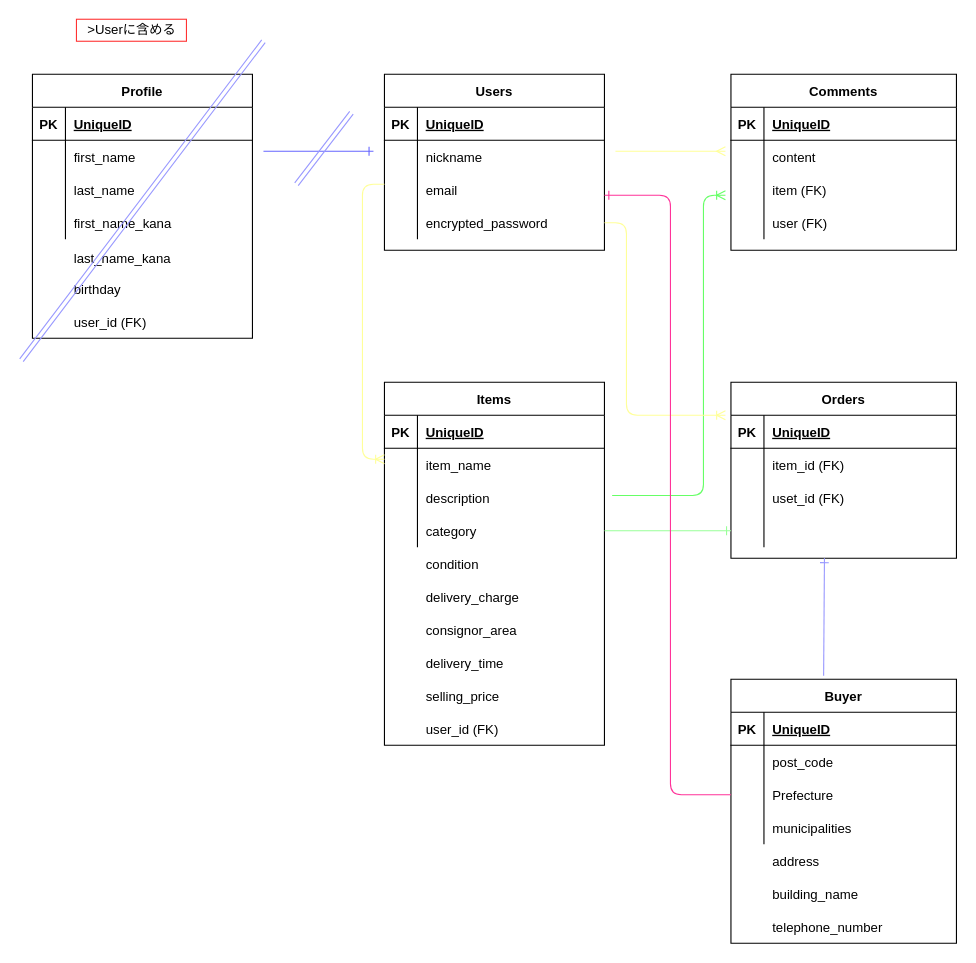
Above: furima.dio in RyOsUkE0730/furima-37443 (draw.io), before the change. Source tidied: cells renumbered, new cells numbered last; positions are measured from the earlier drawing's top-left corner, leaving out a move shared by most shapes. Both pictures are drawn from the tidied source at 110%, with x=0, y=0 at pixel (21, 19).
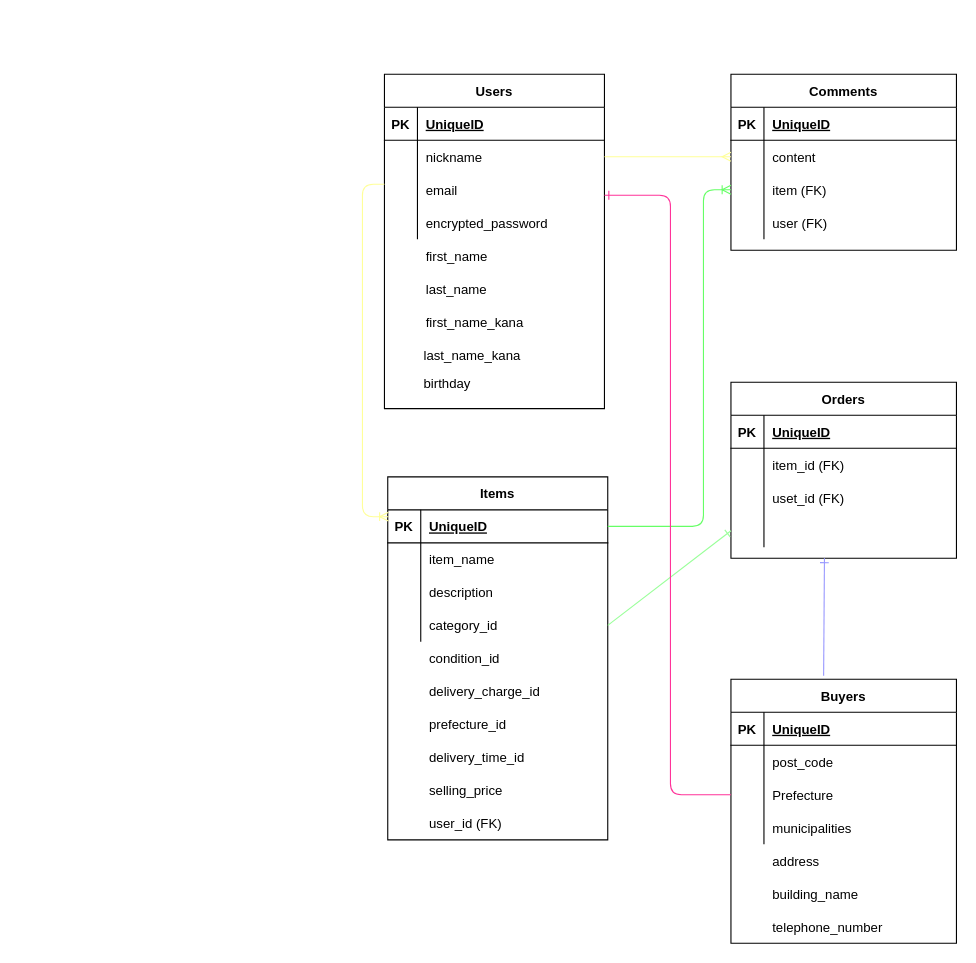
After the change.

Commit message (it also covers changes not shown here):
ER図の作成及びデータベース設計 -ver2

・テーブル名の修正（複数形）
・active_hash使用にあたり、カラム名の変更
・カラム名の変更（スペル）

Unchanged cells that the change refers to:
```xml
<mxCell id="6" style="shape=partialRectangle;fillColor=none;top=0;left=0;bottom=0;right=0;points=[[0,0.5],[1,0.5]];portConstraint=eastwest;" parent="2" vertex="1">
  <mxGeometry y="60" width="200" height="30" as="geometry" />
</mxCell>
<mxCell id="12" style="shape=partialRectangle;fillColor=none;top=0;left=0;bottom=0;right=0;points=[[0,0.5],[1,0.5]];portConstraint=eastwest;" parent="2" vertex="1">
  <mxGeometry y="120" width="200" height="30" as="geometry" />
</mxCell>
<mxCell id="32" style="shape=partialRectangle;fillColor=none;top=0;left=0;bottom=1;right=0;points=[[0,0.5],[1,0.5]];portConstraint=eastwest;shadow=0;" parent="31" vertex="1">
  <mxGeometry y="30" width="200" height="30" as="geometry" />
</mxCell>
<mxCell id="41" style="shape=partialRectangle;fillColor=none;top=0;left=0;bottom=0;right=0;points=[[0,0.5],[1,0.5]];portConstraint=eastwest;shadow=0;" parent="31" vertex="1">
  <mxGeometry y="120" width="200" height="30" as="geometry" />
</mxCell>
<mxCell id="54" style="shape=partialRectangle;fillColor=none;top=0;left=0;bottom=0;right=0;points=[[0,0.5],[1,0.5]];portConstraint=eastwest;shadow=0;" parent="50" vertex="1">
  <mxGeometry y="60" width="205" height="30" as="geometry" />
</mxCell>
<mxCell id="57" style="shape=partialRectangle;fillColor=none;top=0;left=0;bottom=0;right=0;points=[[0,0.5],[1,0.5]];portConstraint=eastwest;shadow=0;" parent="50" vertex="1">
  <mxGeometry y="90" width="205" height="30" as="geometry" />
</mxCell>
```

Diff of the diagram source:
```diff
@@
     <mxCell id="2" value="Users" style="shape=table;startSize=30;childLayout=tableLayout;rowLines=0;fontStyle=1;align=center;shadow=0;" parent="1" vertex="1">
-      <mxGeometry x="330" y="50" width="200" height="160" as="geometry" />
+      <mxGeometry x="330" y="50" width="200" height="304" as="geometry" />
     </mxCell>
@@
-    <mxCell id="15" value="Profile" style="shape=table;startSize=30;childLayout=tableLayout;rowLines=0;fontStyle=1;align=center;shadow=0;" parent="1" vertex="1">
-      <mxGeometry x="10" y="50" width="200" height="240" as="geometry" />
-    </mxCell>
-    <mxCell id="16" style="shape=partialRectangle;fillColor=none;top=0;left=0;bottom=1;right=0;shadow=0;" parent="15" vertex="1">
-      <mxGeometry y="30" width="200" height="30" as="geometry" />
-    </mxCell>
-    <mxCell id="17" value="PK" style="shape=partialRectangle;fillColor=none;top=0;left=0;bottom=0;right=0;fontStyle=1;overflow=hidden;shadow=0;" parent="16" vertex="1">
-      <mxGeometry width="30" height="30" as="geometry" />
-    </mxCell>
-    <mxCell id="18" value="UniqueID" style="shape=partialRectangle;fillColor=none;top=0;left=0;bottom=0;right=0;align=left;spacingLeft=6;fontStyle=5;overflow=hidden;shadow=0;" parent="16" vertex="1">
-      <mxGeometry x="30" width="170" height="30" as="geometry" />
-    </mxCell>
-    <mxCell id="19" style="shape=partialRectangle;fillColor=none;top=0;left=0;bottom=0;right=0;shadow=0;" parent="15" vertex="1">
-      <mxGeometry y="60" width="200" height="30" as="geometry" />
-    </mxCell>
-    <mxCell id="20" style="shape=partialRectangle;fillColor=none;top=0;left=0;bottom=0;right=0;overflow=hidden;shadow=0;" parent="19" vertex="1">
-      <mxGeometry width="30" height="30" as="geometry" />
-    </mxCell>
-    <mxCell id="21" value="first_name" style="shape=partialRectangle;fillColor=none;top=0;left=0;bottom=0;right=0;align=left;spacingLeft=6;overflow=hidden;shadow=0;" parent="19" vertex="1">
-      <mxGeometry x="30" width="170" height="30" as="geometry" />
-    </mxCell>
-    <mxCell id="22" style="shape=partialRectangle;fillColor=none;top=0;left=0;bottom=0;right=0;shadow=0;" parent="15" vertex="1">
-      <mxGeometry y="90" width="200" height="30" as="geometry" />
-    </mxCell>
-    <mxCell id="23" style="shape=partialRectangle;fillColor=none;top=0;left=0;bottom=0;right=0;overflow=hidden;shadow=0;" parent="22" vertex="1">
-      <mxGeometry width="30" height="30" as="geometry" />
-    </mxCell>
-    <mxCell id="24" value="last_name" style="shape=partialRectangle;fillColor=none;top=0;left=0;bottom=0;right=0;align=left;spacingLeft=6;overflow=hidden;shadow=0;" parent="22" vertex="1">
-      <mxGeometry x="30" width="170" height="30" as="geometry" />
-    </mxCell>
-    <mxCell id="25" style="shape=partialRectangle;fillColor=none;top=0;left=0;bottom=0;right=0;shadow=0;" parent="15" vertex="1">
-      <mxGeometry y="120" width="200" height="30" as="geometry" />
-    </mxCell>
-    <mxCell id="26" style="shape=partialRectangle;fillColor=none;top=0;left=0;bottom=0;right=0;overflow=hidden;shadow=0;" parent="25" vertex="1">
-      <mxGeometry width="30" height="30" as="geometry" />
-    </mxCell>
-    <mxCell id="27" value="first_name_kana" style="shape=partialRectangle;fillColor=none;top=0;left=0;bottom=0;right=0;align=left;spacingLeft=6;overflow=hidden;shadow=0;" parent="25" vertex="1">
-      <mxGeometry x="30" width="170" height="30" as="geometry" />
-    </mxCell>
     <mxCell id="28" value="last_name_kana" style="shape=partialRectangle;fillColor=none;top=0;left=0;bottom=0;right=0;align=left;spacingLeft=6;overflow=hidden;shadow=0;" parent="1" vertex="1">
-      <mxGeometry x="40" y="202" width="150" height="30" as="geometry" />
+      <mxGeometry x="358" y="290" width="150" height="30" as="geometry" />
     </mxCell>
     <mxCell id="29" value="birthday" style="shape=partialRectangle;fillColor=none;top=0;left=0;bottom=0;right=0;align=left;spacingLeft=6;overflow=hidden;shadow=0;" parent="1" vertex="1">
-      <mxGeometry x="40" y="230" width="150" height="30" as="geometry" />
+      <mxGeometry x="358" y="316" width="150" height="30" as="geometry" />
     </mxCell>
-    <mxCell id="30" value="user_id (FK)" style="shape=partialRectangle;fillColor=none;top=0;left=0;bottom=0;right=0;align=left;spacingLeft=6;overflow=hidden;shadow=0;" parent="1" vertex="1">
-      <mxGeometry x="40" y="260" width="150" height="30" as="geometry" />
+    <mxCell id="30" style="shape=partialRectangle;fillColor=none;top=0;left=0;bottom=0;right=0;align=left;spacingLeft=6;overflow=hidden;shadow=0;" parent="1" vertex="1">
+      <mxGeometry x="40" y="260" width="150" height="5" as="geometry" />
     </mxCell>
     <mxCell id="31" value="Items" style="shape=table;startSize=30;childLayout=tableLayout;rowLines=0;fontStyle=1;align=center;shadow=0;" parent="1" vertex="1">
-      <mxGeometry x="330" y="330" width="200" height="330" as="geometry" />
+      <mxGeometry x="333" y="416" width="200" height="330" as="geometry" />
     </mxCell>
@@
-    <mxCell id="43" value="category" style="shape=partialRectangle;fillColor=none;top=0;left=0;bottom=0;right=0;align=left;spacingLeft=6;overflow=hidden;shadow=0;" parent="41" vertex="1">
+    <mxCell id="43" value="category_id" style="shape=partialRectangle;fillColor=none;top=0;left=0;bottom=0;right=0;align=left;spacingLeft=6;overflow=hidden;shadow=0;" parent="41" vertex="1">
       <mxGeometry x="30" width="170" height="30" as="geometry" />
     </mxCell>
-    <mxCell id="44" value="condition" style="shape=partialRectangle;fillColor=none;top=0;left=0;bottom=0;right=0;align=left;spacingLeft=6;overflow=hidden;shadow=0;" parent="1" vertex="1">
-      <mxGeometry x="360" y="480" width="150" height="30" as="geometry" />
+    <mxCell id="44" value="condition_id" style="shape=partialRectangle;fillColor=none;top=0;left=0;bottom=0;right=0;align=left;spacingLeft=6;overflow=hidden;shadow=0;" parent="1" vertex="1">
+      <mxGeometry x="363" y="566" width="150" height="30" as="geometry" />
     </mxCell>
-    <mxCell id="45" value="delivery_charge" style="shape=partialRectangle;fillColor=none;top=0;left=0;bottom=0;right=0;align=left;spacingLeft=6;overflow=hidden;shadow=0;" parent="1" vertex="1">
-      <mxGeometry x="360" y="510" width="150" height="30" as="geometry" />
+    <mxCell id="45" value="delivery_charge_id" style="shape=partialRectangle;fillColor=none;top=0;left=0;bottom=0;right=0;align=left;spacingLeft=6;overflow=hidden;shadow=0;" parent="1" vertex="1">
+      <mxGeometry x="363" y="596" width="150" height="30" as="geometry" />
     </mxCell>
-    <mxCell id="46" value="consignor_area" style="shape=partialRectangle;fillColor=none;top=0;left=0;bottom=0;right=0;align=left;spacingLeft=6;overflow=hidden;shadow=0;" parent="1" vertex="1">
-      <mxGeometry x="360" y="540" width="150" height="30" as="geometry" />
+    <mxCell id="46" value="prefecture_id" style="shape=partialRectangle;fillColor=none;top=0;left=0;bottom=0;right=0;align=left;spacingLeft=6;overflow=hidden;shadow=0;" parent="1" vertex="1">
+      <mxGeometry x="363" y="626" width="150" height="30" as="geometry" />
     </mxCell>
     <mxCell id="47" value="selling_price" style="shape=partialRectangle;fillColor=none;top=0;left=0;bottom=0;right=0;align=left;spacingLeft=6;overflow=hidden;shadow=0;" parent="1" vertex="1">
-      <mxGeometry x="360" y="600" width="150" height="30" as="geometry" />
+      <mxGeometry x="363" y="686" width="150" height="30" as="geometry" />
     </mxCell>
-    <mxCell id="48" value="delivery_time" style="shape=partialRectangle;fillColor=none;top=0;left=0;bottom=0;right=0;align=left;spacingLeft=6;overflow=hidden;shadow=0;" parent="1" vertex="1">
-      <mxGeometry x="360" y="570" width="150" height="30" as="geometry" />
+    <mxCell id="48" value="delivery_time_id" style="shape=partialRectangle;fillColor=none;top=0;left=0;bottom=0;right=0;align=left;spacingLeft=6;overflow=hidden;shadow=0;" parent="1" vertex="1">
+      <mxGeometry x="363" y="656" width="150" height="30" as="geometry" />
     </mxCell>
     <mxCell id="49" value="user_id (FK)" style="shape=partialRectangle;fillColor=none;top=0;left=0;bottom=0;right=0;align=left;spacingLeft=6;overflow=hidden;shadow=0;" parent="1" vertex="1">
-      <mxGeometry x="360" y="630" width="150" height="30" as="geometry" />
+      <mxGeometry x="363" y="716" width="150" height="30" as="geometry" />
     </mxCell>
@@
-    <mxCell id="63" value="Buyer" style="shape=table;startSize=30;childLayout=tableLayout;rowLines=0;fontStyle=1;align=center;shadow=0;" parent="1" vertex="1">
+    <mxCell id="63" value="Buyers" style="shape=table;startSize=30;childLayout=tableLayout;rowLines=0;fontStyle=1;align=center;shadow=0;" parent="1" vertex="1">
       <mxGeometry x="645" y="600" width="205" height="240" as="geometry" />
     </mxCell>
@@
-    <mxCell id="92" style="edgeStyle=entityRelationEdgeStyle;fontSize=12;html=1;endArrow=ERone;endFill=1;strokeColor=#6666FF;" parent="1" edge="1">
-      <mxGeometry relative="1" as="geometry">
-        <mxPoint x="220" y="120" as="sourcePoint" />
-        <mxPoint x="320" y="120" as="targetPoint" />
-      </mxGeometry>
-    </mxCell>
-    <mxCell id="93" style="edgeStyle=entityRelationEdgeStyle;fontSize=12;html=1;endArrow=ERmany;strokeColor=#FFFF99;" parent="1" edge="1">
-      <mxGeometry relative="1" as="geometry">
-        <mxPoint x="540" y="120" as="sourcePoint" />
-        <mxPoint x="640" y="120" as="targetPoint" />
-      </mxGeometry>
+    <mxCell id="93" style="edgeStyle=entityRelationEdgeStyle;fontSize=12;html=1;endArrow=ERmany;strokeColor=#FFFF99;" parent="1" edge="1" source="6" target="54">
+      <mxGeometry relative="1" as="geometry" />
     </mxCell>
-    <mxCell id="94" style="edgeStyle=elbowEdgeStyle;fontSize=12;html=1;endArrow=ERoneToMany;strokeColor=#FFFF99;" parent="1" edge="1">
+    <mxCell id="94" style="edgeStyle=elbowEdgeStyle;fontSize=12;html=1;endArrow=ERoneToMany;strokeColor=#FFFF99;entryX=0.003;entryY=0.208;entryDx=0;entryDy=0;entryPerimeter=0;" parent="1" edge="1" target="32">
       <mxGeometry relative="1" as="geometry">
         <mxPoint x="330" y="150" as="sourcePoint" />
-        <mxPoint x="330" y="400" as="targetPoint" />
         <Array as="points">
           <mxPoint x="310" y="290" />
         </Array>
       </mxGeometry>
     </mxCell>
-    <mxCell id="95" style="edgeStyle=elbowEdgeStyle;fontSize=12;html=1;endArrow=ERoneToMany;strokeColor=#66FF66;" parent="1" edge="1">
+    <mxCell id="95" style="edgeStyle=elbowEdgeStyle;fontSize=12;html=1;endArrow=ERoneToMany;strokeColor=#66FF66;" parent="1" edge="1" source="32" target="57">
       <mxGeometry relative="1" as="geometry">
-        <mxPoint x="537" y="433" as="sourcePoint" />
-        <mxPoint x="640" y="160" as="targetPoint" />
         <Array as="points">
           <mxPoint x="620" y="290" />
         </Array>
       </mxGeometry>
     </mxCell>
@@
-    <mxCell id="98" style="edgeStyle=elbowEdgeStyle;fontSize=12;html=1;endArrow=ERoneToMany;exitX=1;exitY=0.5;exitDx=0;exitDy=0;strokeColor=#FFFF99;" parent="1" edge="1" source="12">
-      <mxGeometry relative="1" as="geometry">
-        <mxPoint x="640" y="360" as="targetPoint" />
-        <Array as="points">
-          <mxPoint x="550" y="270" />
-        </Array>
-      </mxGeometry>
-    </mxCell>
@@
-    <mxCell id="100" style="edgeStyle=none;shape=link;html=1;strokeColor=#9999FF;" parent="1" edge="1">
-      <mxGeometry relative="1" as="geometry">
-        <mxPoint y="310" as="sourcePoint" />
-        <mxPoint x="220" y="20" as="targetPoint" />
-      </mxGeometry>
-    </mxCell>
-    <mxCell id="101" style="edgeStyle=none;shape=link;html=1;strokeColor=#9999FF;" parent="1" edge="1">
-      <mxGeometry relative="1" as="geometry">
-        <mxPoint x="250" y="150" as="sourcePoint" />
-        <mxPoint x="300" y="85" as="targetPoint" />
-      </mxGeometry>
-    </mxCell>
-    <mxCell id="102" value="&amp;gt;Userに含める" style="text;html=1;align=center;verticalAlign=middle;fillColor=none;strokeColor=#FF3333;rounded=0;shadow=0;" parent="1" vertex="1">
-      <mxGeometry x="50" width="100" height="20" as="geometry" />
-    </mxCell>
+    <mxCell id="21" value="first_name" style="shape=partialRectangle;fillColor=none;top=0;left=0;bottom=0;right=0;align=left;spacingLeft=6;overflow=hidden;" parent="1" vertex="1">
+      <mxGeometry x="360" y="200" width="170" height="30" as="geometry" />
+    </mxCell>
+    <mxCell id="24" value="last_name" style="shape=partialRectangle;fillColor=none;top=0;left=0;bottom=0;right=0;align=left;spacingLeft=6;overflow=hidden;" parent="1" vertex="1">
+      <mxGeometry x="360" y="230" width="170" height="30" as="geometry" />
+    </mxCell>
+    <mxCell id="27" value="first_name_kana" style="shape=partialRectangle;fillColor=none;top=0;left=0;bottom=0;right=0;align=left;spacingLeft=6;overflow=hidden;shadow=0;" parent="1" vertex="1">
+      <mxGeometry x="360" y="260" width="150" height="30" as="geometry" />
+    </mxCell>
```
